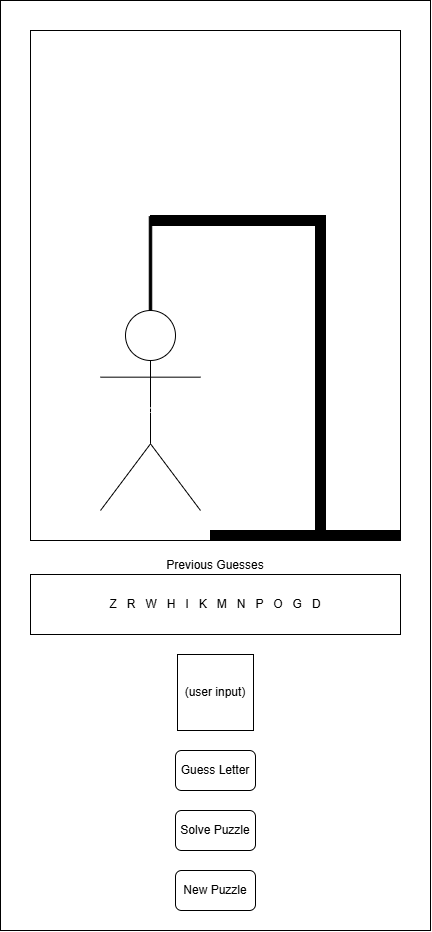
The draw.io diagram hangman_game_main/hangman_react/src/assests/HangmanGame.drawio.png in aaron-webdev/learning_repo, before a commit. Source tidied: cells renumbered, new cells last; positions are measured from the earlier drawing's top-left corner, leaving out a move shared by most shapes. Its diagram source:
```xml
<mxGraphModel>
  <root>
    <mxCell id="0" />
    <mxCell id="1" parent="0" />
    <mxCell id="2" style="group;" parent="1" vertex="1">
      <mxGeometry width="430" height="930" as="geometry" />
    </mxCell>
    <mxCell id="3" style="rounded=0;whiteSpace=wrap;html=1;" parent="2" vertex="1">
      <mxGeometry width="430" height="930" as="geometry" />
    </mxCell>
    <mxCell id="4" style="rounded=0;whiteSpace=wrap;html=1;" parent="2" vertex="1">
      <mxGeometry x="30" y="30" width="370" height="510" as="geometry" />
    </mxCell>
    <mxCell id="5" value="Z&amp;nbsp; &amp;nbsp;R&amp;nbsp; &amp;nbsp;W&amp;nbsp; &amp;nbsp;H&amp;nbsp; &amp;nbsp;I&amp;nbsp; &amp;nbsp;K&amp;nbsp; &amp;nbsp;M&amp;nbsp; &amp;nbsp;N&amp;nbsp; &amp;nbsp;P&amp;nbsp; &amp;nbsp;O&amp;nbsp; &amp;nbsp;G&amp;nbsp; &amp;nbsp;D" style="rounded=0;whiteSpace=wrap;html=1;" parent="2" vertex="1">
      <mxGeometry x="30" y="574" width="370" height="60" as="geometry" />
    </mxCell>
    <mxCell id="6" value="Previous Guesses" style="text;html=1;align=center;verticalAlign=middle;whiteSpace=wrap;rounded=0;" parent="2" vertex="1">
      <mxGeometry x="160" y="550" width="110" height="30" as="geometry" />
    </mxCell>
    <mxCell id="7" value="(user input)" style="whiteSpace=wrap;html=1;" parent="2" vertex="1">
      <mxGeometry x="177" y="654" width="76" height="76" as="geometry" />
    </mxCell>
    <mxCell id="8" value="Guess Letter" style="rounded=1;whiteSpace=wrap;html=1;" parent="2" vertex="1">
      <mxGeometry x="175" y="750" width="80" height="40" as="geometry" />
    </mxCell>
    <mxCell id="9" value="Solve Puzzle" style="rounded=1;whiteSpace=wrap;html=1;" parent="2" vertex="1">
      <mxGeometry x="175" y="810" width="80" height="40" as="geometry" />
    </mxCell>
    <mxCell id="10" style="group;" parent="2" vertex="1">
      <mxGeometry x="100" y="215" width="300" height="325" as="geometry" />
    </mxCell>
    <mxCell id="11" style="rounded=0;whiteSpace=wrap;html=1;fillColor=#000000;" parent="10" vertex="1">
      <mxGeometry x="110" y="315" width="190" height="10" as="geometry" />
    </mxCell>
    <mxCell id="12" style="rounded=0;whiteSpace=wrap;html=1;fillColor=#000000;rotation=-90;" parent="10" vertex="1">
      <mxGeometry x="58.8" y="156.2" width="322.5" height="10" as="geometry" />
    </mxCell>
    <mxCell id="13" style="rounded=0;whiteSpace=wrap;html=1;fillColor=#000000;" parent="10" vertex="1">
      <mxGeometry x="50" width="174" height="10" as="geometry" />
    </mxCell>
    <mxCell id="14" style="rounded=0;whiteSpace=wrap;html=1;fillColor=#000000;rotation=-90;" parent="10" vertex="1">
      <mxGeometry x="-7.5" y="57.5" width="115" height="2.5" as="geometry" />
    </mxCell>
    <mxCell id="15" value="Actor" style="shape=umlActor;html=1;fontColor=#FFFFFF;" parent="10" vertex="1">
      <mxGeometry y="95" width="100" height="200" as="geometry" />
    </mxCell>
    <mxCell id="16" value="New Puzzle" style="rounded=1;whiteSpace=wrap;html=1;" parent="2" vertex="1">
      <mxGeometry x="175" y="870" width="80" height="40" as="geometry" />
    </mxCell>
  </root>
</mxGraphModel>
```
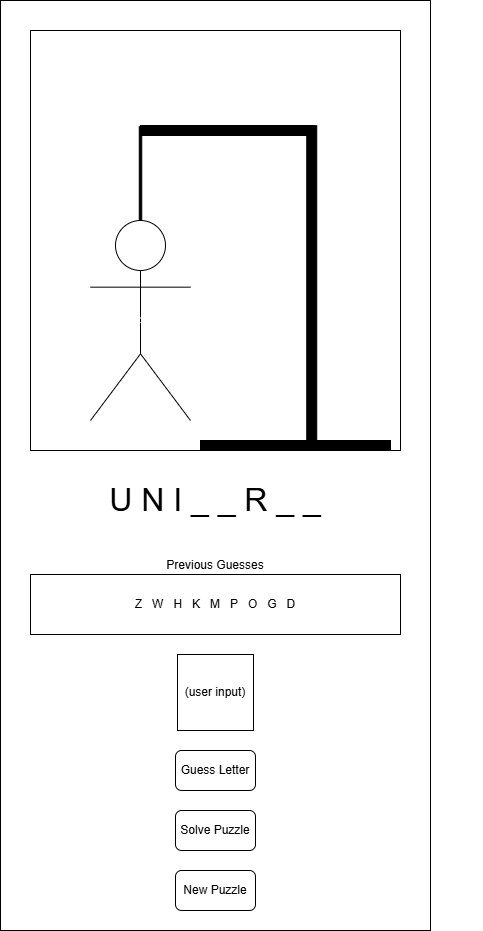
Above is the later version.

Change to the diagram source:
```diff
@@ -3,15 +3,15 @@
     <mxCell id="0" />
     <mxCell id="1" parent="0" />
     <mxCell id="2" style="group;" parent="1" vertex="1">
-      <mxGeometry width="430" height="930" as="geometry" />
+      <mxGeometry width="482.5" height="930" as="geometry" />
     </mxCell>
     <mxCell id="3" style="rounded=0;whiteSpace=wrap;html=1;" parent="2" vertex="1">
       <mxGeometry width="430" height="930" as="geometry" />
     </mxCell>
     <mxCell id="4" style="rounded=0;whiteSpace=wrap;html=1;" parent="2" vertex="1">
-      <mxGeometry x="30" y="30" width="370" height="510" as="geometry" />
+      <mxGeometry x="30" y="30" width="370" height="420" as="geometry" />
     </mxCell>
-    <mxCell id="5" value="Z&amp;nbsp; &amp;nbsp;R&amp;nbsp; &amp;nbsp;W&amp;nbsp; &amp;nbsp;H&amp;nbsp; &amp;nbsp;I&amp;nbsp; &amp;nbsp;K&amp;nbsp; &amp;nbsp;M&amp;nbsp; &amp;nbsp;N&amp;nbsp; &amp;nbsp;P&amp;nbsp; &amp;nbsp;O&amp;nbsp; &amp;nbsp;G&amp;nbsp; &amp;nbsp;D" style="rounded=0;whiteSpace=wrap;html=1;" parent="2" vertex="1">
+    <mxCell id="5" value="Z&amp;nbsp; &amp;nbsp;W&amp;nbsp; &amp;nbsp;H&amp;nbsp; &amp;nbsp;K&amp;nbsp; &amp;nbsp;M&amp;nbsp; &amp;nbsp;P&amp;nbsp; &amp;nbsp;O&amp;nbsp; &amp;nbsp;G&amp;nbsp; &amp;nbsp;D" style="rounded=0;whiteSpace=wrap;html=1;" parent="2" vertex="1">
       <mxGeometry x="30" y="574" width="370" height="60" as="geometry" />
     </mxCell>
     <mxCell id="6" value="Previous Guesses" style="text;html=1;align=center;verticalAlign=middle;whiteSpace=wrap;rounded=0;" parent="2" vertex="1">
@@ -27,14 +27,11 @@
       <mxGeometry x="175" y="810" width="80" height="40" as="geometry" />
     </mxCell>
     <mxCell id="10" style="group;" parent="2" vertex="1">
-      <mxGeometry x="100" y="215" width="300" height="325" as="geometry" />
+      <mxGeometry x="90" y="125" width="300" height="325" as="geometry" />
     </mxCell>
     <mxCell id="11" style="rounded=0;whiteSpace=wrap;html=1;fillColor=#000000;" parent="10" vertex="1">
       <mxGeometry x="110" y="315" width="190" height="10" as="geometry" />
     </mxCell>
-    <mxCell id="12" style="rounded=0;whiteSpace=wrap;html=1;fillColor=#000000;rotation=-90;" parent="10" vertex="1">
-      <mxGeometry x="58.8" y="156.2" width="322.5" height="10" as="geometry" />
-    </mxCell>
     <mxCell id="13" style="rounded=0;whiteSpace=wrap;html=1;fillColor=#000000;" parent="10" vertex="1">
       <mxGeometry x="50" width="174" height="10" as="geometry" />
     </mxCell>
@@ -47,5 +44,11 @@
     <mxCell id="16" value="New Puzzle" style="rounded=1;whiteSpace=wrap;html=1;" parent="2" vertex="1">
       <mxGeometry x="175" y="870" width="80" height="40" as="geometry" />
     </mxCell>
+    <mxCell id="12" style="rounded=0;whiteSpace=wrap;html=1;fillColor=#000000;rotation=-90;" parent="2" vertex="1">
+      <mxGeometry x="150" y="281.5" width="322.5" height="10" as="geometry" />
+    </mxCell>
+    <mxCell id="17" value="&lt;font style=&quot;font-size: 32px;&quot;&gt;U N I _ _ R _ _&lt;/font&gt;" style="text;html=1;align=center;verticalAlign=middle;whiteSpace=wrap;rounded=0;" parent="2" vertex="1">
+      <mxGeometry x="30" y="485" width="370" height="30" as="geometry" />
+    </mxCell>
   </root>
 </mxGraphModel>
```
